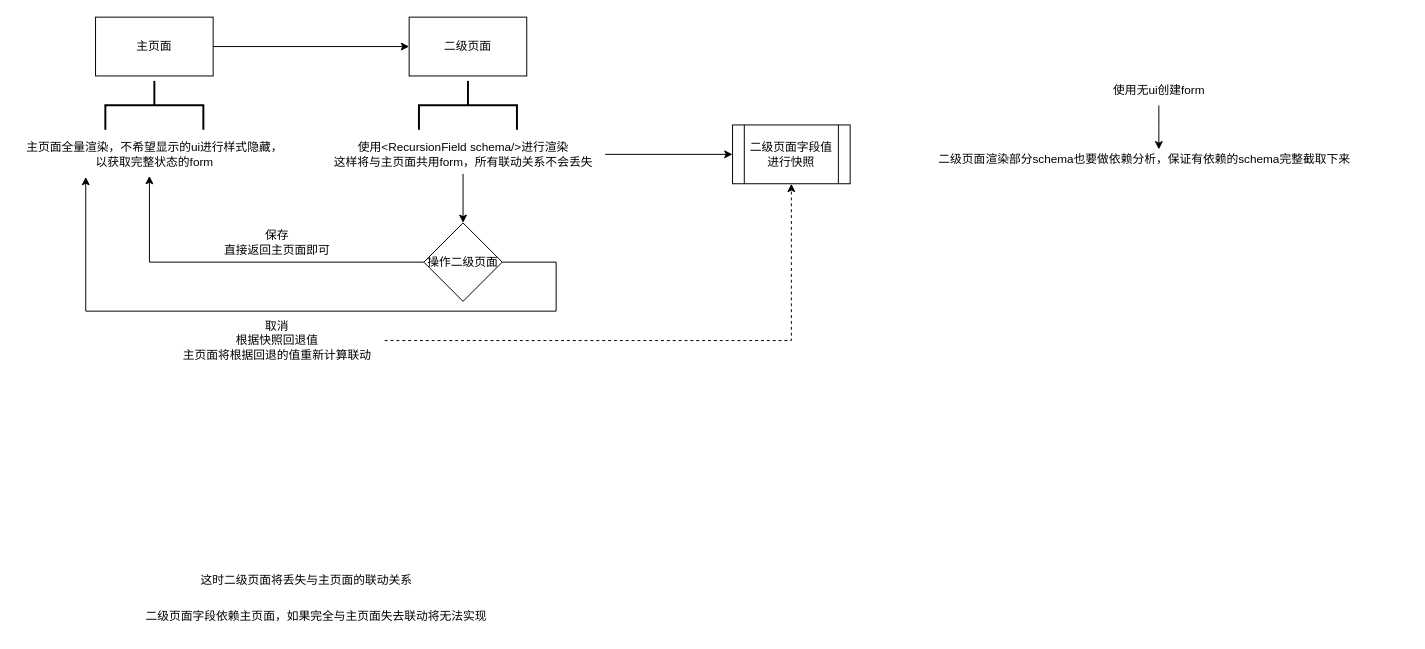
This is 二级页面渲染.drawio from febugcoder/drawio, a draw.io file, before an edit. Source tidied: cells renumbered, new cells numbered last; positions are measured from the earlier drawing's top-left corner, leaving out a move shared by most shapes. Both pictures are drawn from the tidied source at 98%, with x=0, y=0 at pixel (17, 17).
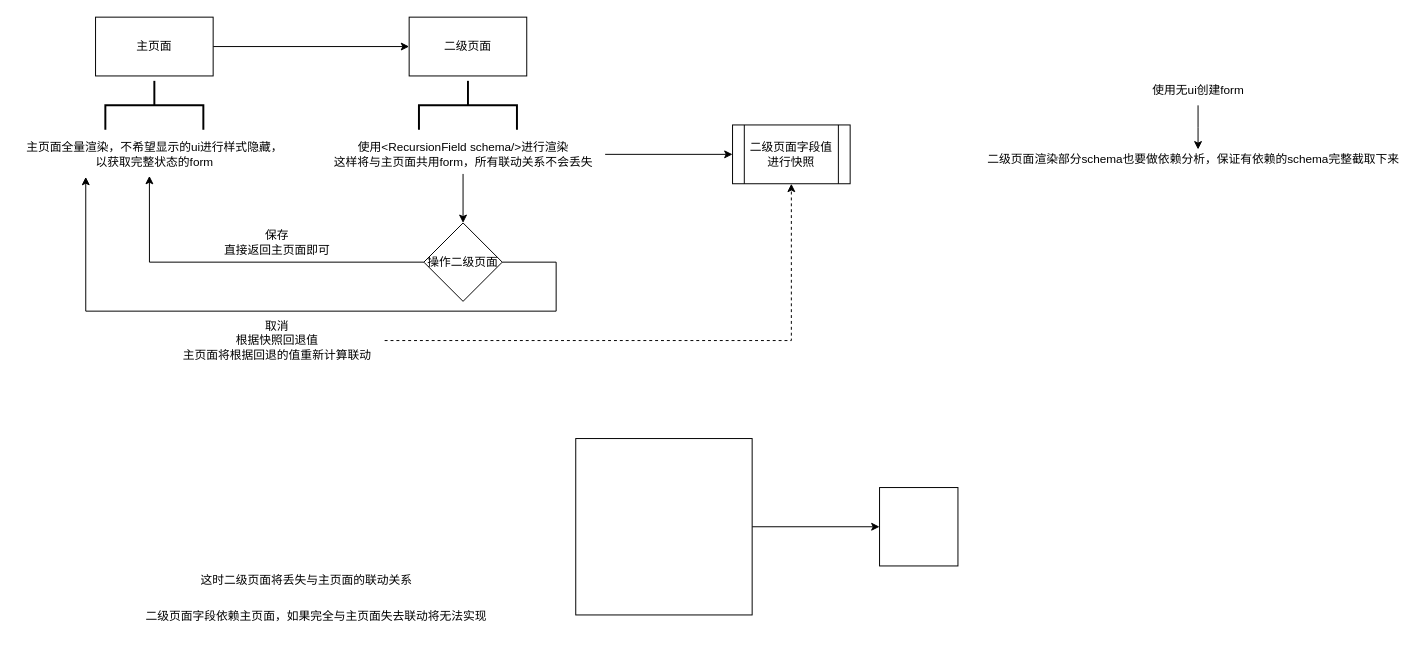
After the change.

Commit message:
更新二级页面渲染.drawio

Diff of the diagram source:
```diff
@@
     <mxCell id="13" value="二级页面渲染部分schema也要做依赖分析，保证有依赖的schema完整截取下来" style="text;html=1;align=center;verticalAlign=middle;strokeColor=none;fillColor=none;" parent="1" vertex="1">
-      <mxGeometry x="930" y="130" width="440" height="30" as="geometry" />
+      <mxGeometry x="980" y="130" width="440" height="30" as="geometry" />
     </mxCell>
     <mxCell id="14" style="edgeStyle=orthogonalEdgeStyle;rounded=0;jettySize=auto;html=1;" parent="1" edge="1" source="15">
       <mxGeometry relative="1" as="geometry">
-        <mxPoint x="1165" y="135" as="targetPoint" />
+        <mxPoint x="1205" y="135" as="targetPoint" />
       </mxGeometry>
     </mxCell>
     <mxCell id="15" value="使用无ui创建form" style="text;html=1;align=center;verticalAlign=middle;points=[];strokeColor=none;fillColor=none;" parent="1" vertex="1">
-      <mxGeometry x="1105" y="60" width="120" height="30" as="geometry" />
+      <mxGeometry x="1145" y="60" width="120" height="30" as="geometry" />
     </mxCell>
@@
+    <mxCell id="23" style="edgeStyle=orthogonalEdgeStyle;rounded=0;jettySize=auto;html=1;" parent="1" edge="1" source="24" target="25">
+      <mxGeometry relative="1" as="geometry" />
+    </mxCell>
+    <mxCell id="24" style="whiteSpace=wrap;html=1;" parent="1" vertex="1">
+      <mxGeometry x="570" y="430" width="180" height="180" as="geometry" />
+    </mxCell>
+    <mxCell id="25" style="whiteSpace=wrap;html=1;" parent="1" vertex="1">
+      <mxGeometry x="880" y="480" width="80" height="80" as="geometry" />
+    </mxCell>
```
